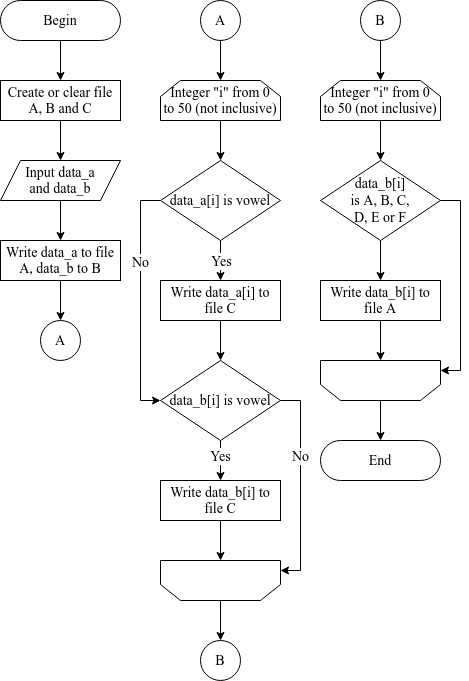
ExposedCat/onpu-ap keeps this draw.io diagram as Labs/Labs-10-17/Lab-13/flowchart/image.png. Above is the earlier version. Source tidied: cells renumbered, new cells last; positions are measured from the earlier drawing's top-left corner, leaving out a move shared by most shapes.
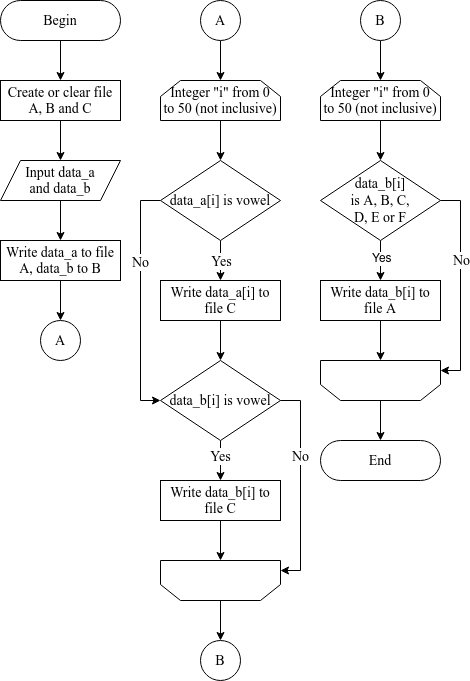
After the commit.

Commit message:
Fix decision block in flowchart

What changed in the source:
```diff
@@ -140,5 +140,11 @@
     <mxCell id="43" value="End" style="rounded=1;whiteSpace=wrap;html=1;fontFamily=Times New Roman;fontSize=14;align=center;arcSize=50;labelBackgroundColor=none;fontColor=default;strokeColor=default;fillColor=default;" parent="1" vertex="1">
       <mxGeometry x="320" y="440" width="120" height="40" as="geometry" />
     </mxCell>
+    <mxCell id="44" value="Yes" style="text;whiteSpace=wrap;html=1;labelBackgroundColor=default;" parent="1" vertex="1">
+      <mxGeometry x="370" y="245" width="20" height="15" as="geometry" />
+    </mxCell>
+    <mxCell id="45" value="No" style="edgeLabel;html=1;align=center;verticalAlign=middle;fontSize=14;fontFamily=Times New Roman;fontColor=default;labelBackgroundColor=default;" parent="1" vertex="1">
+      <mxGeometry x="460" y="260" as="geometry" />
+    </mxCell>
   </root>
 </mxGraphModel>
```
